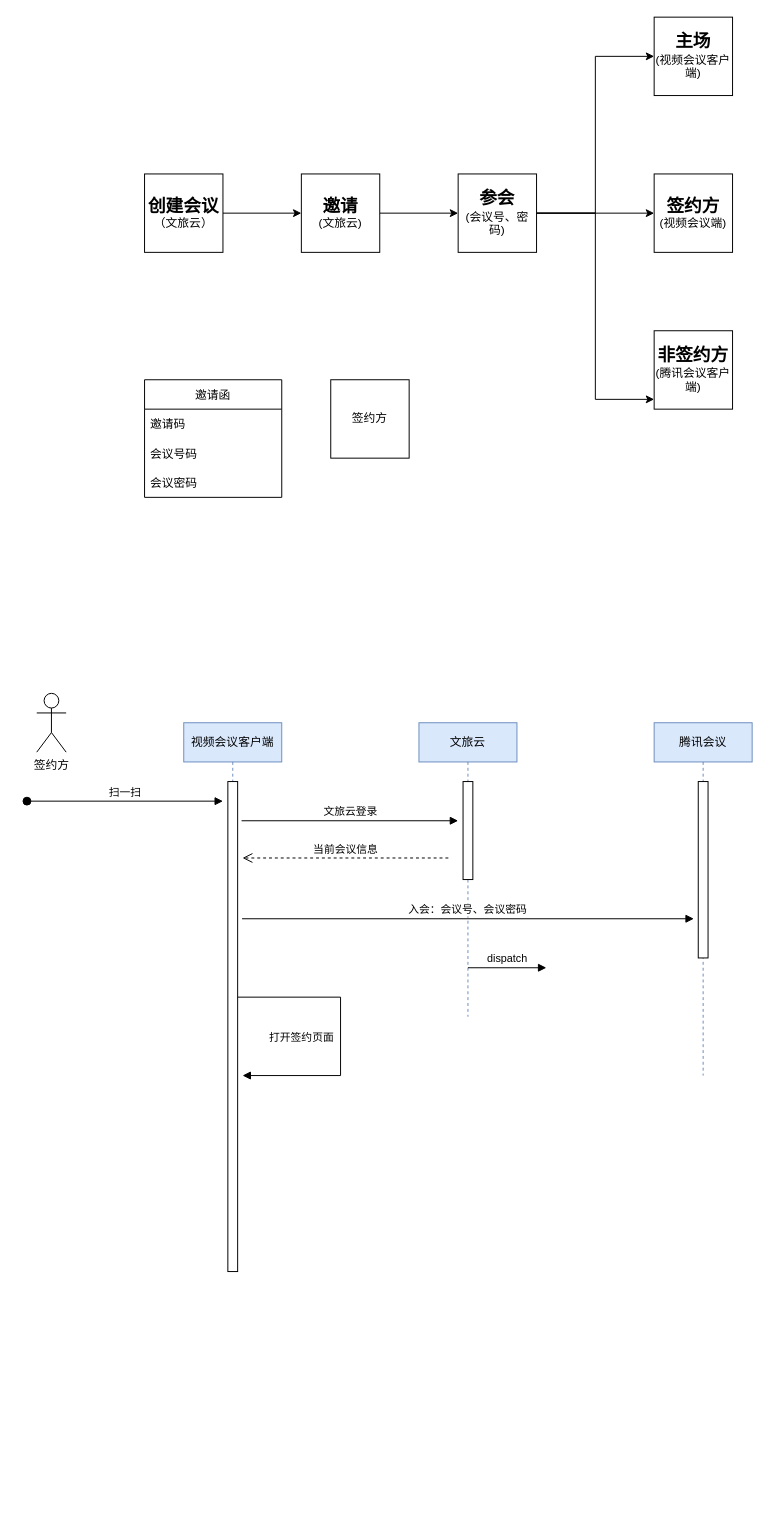
This is meeting.drawio from z-cloud-z/draw, a draw.io file, before an edit. Source tidied: cells renumbered, new cells numbered last; positions are measured from the earlier drawing's top-left corner, leaving out a move shared by most shapes. Both pictures are drawn from the tidied source at 98%, with x=0, y=0 at pixel (26, 17).
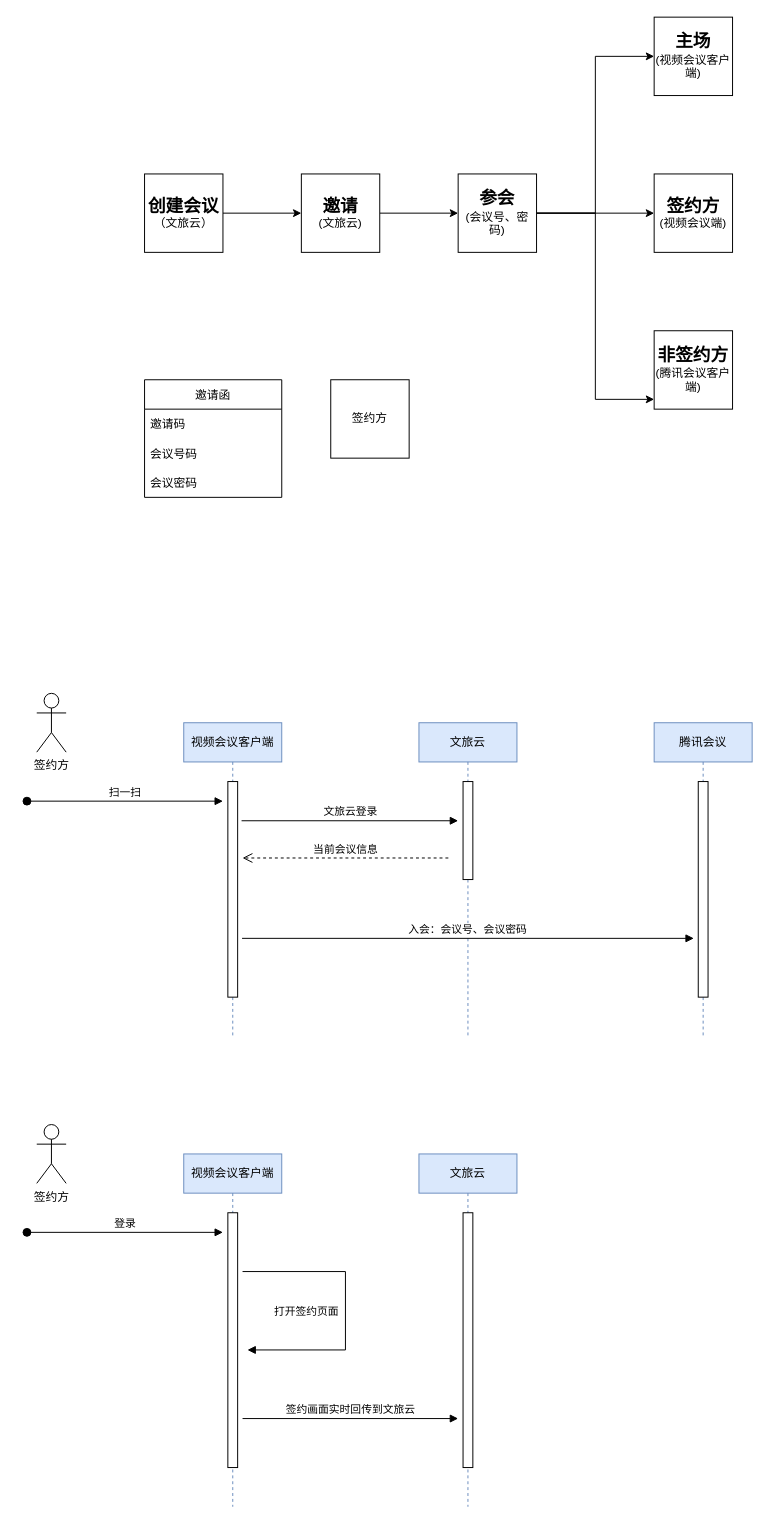
The same diagram, later.

Diff of the diagram source:
```diff
@@
     <mxCell id="19" value="视频会议客户端" style="shape=umlLifeline;perimeter=lifelinePerimeter;whiteSpace=wrap;html=1;fillColor=#dae8fc;strokeColor=#6c8ebf;" parent="1" vertex="1">
-      <mxGeometry x="160" y="720" width="100" height="560" as="geometry" />
+      <mxGeometry x="160" y="720" width="100" height="320" as="geometry" />
     </mxCell>
     <mxCell id="20" style="html=1;perimeter=orthogonalPerimeter;" parent="19" vertex="1">
-      <mxGeometry x="45" y="60" width="10" height="500" as="geometry" />
+      <mxGeometry x="45" y="60" width="10" height="220" as="geometry" />
     </mxCell>
     <mxCell id="21" value="文旅云" style="shape=umlLifeline;perimeter=lifelinePerimeter;whiteSpace=wrap;html=1;fillColor=#dae8fc;strokeColor=#6c8ebf;" parent="1" vertex="1">
-      <mxGeometry x="400" y="720" width="100" height="300" as="geometry" />
+      <mxGeometry x="400" y="720" width="100" height="320" as="geometry" />
     </mxCell>
@@
     <mxCell id="23" value="腾讯会议" style="shape=umlLifeline;perimeter=lifelinePerimeter;whiteSpace=wrap;html=1;fillColor=#dae8fc;strokeColor=#6c8ebf;" parent="1" vertex="1">
-      <mxGeometry x="640" y="720" width="100" height="360" as="geometry" />
+      <mxGeometry x="640" y="720" width="100" height="320" as="geometry" />
     </mxCell>
     <mxCell id="24" style="html=1;perimeter=orthogonalPerimeter;" parent="23" vertex="1">
-      <mxGeometry x="45" y="60" width="10" height="180" as="geometry" />
+      <mxGeometry x="45" y="60" width="10" height="220" as="geometry" />
     </mxCell>
@@
     <mxCell id="27" value="入会：会议号、会议密码&amp;nbsp;" style="html=1;verticalAlign=bottom;endArrow=block;rounded=0;" parent="1" edge="1">
       <mxGeometry relative="1" as="geometry">
-        <mxPoint x="219.5" y="920" as="sourcePoint" />
-        <mxPoint x="680.5" y="920" as="targetPoint" />
+        <mxPoint x="219.5" y="940" as="sourcePoint" />
+        <mxPoint x="680.5" y="940" as="targetPoint" />
       </mxGeometry>
     </mxCell>
@@
-    <mxCell id="29" value="dispatch" style="html=1;verticalAlign=bottom;endArrow=block;rounded=0;" parent="1" edge="1">
-      <mxGeometry relative="1" as="geometry">
-        <mxPoint x="450" y="970" as="sourcePoint" />
-        <mxPoint x="530" y="970" as="targetPoint" />
-      </mxGeometry>
-    </mxCell>
+    <mxCell id="31" value="签约方" style="shape=umlActor;verticalLabelPosition=bottom;verticalAlign=top;html=1;" parent="1" vertex="1">
+      <mxGeometry x="10" y="1130" width="30" height="60" as="geometry" />
+    </mxCell>
+    <mxCell id="32" value="视频会议客户端" style="shape=umlLifeline;perimeter=lifelinePerimeter;whiteSpace=wrap;html=1;fillColor=#dae8fc;strokeColor=#6c8ebf;" parent="1" vertex="1">
+      <mxGeometry x="160" y="1160" width="100" height="360" as="geometry" />
+    </mxCell>
+    <mxCell id="33" style="html=1;perimeter=orthogonalPerimeter;" parent="32" vertex="1">
+      <mxGeometry x="45" y="60" width="10" height="260" as="geometry" />
+    </mxCell>
+    <mxCell id="34" value="文旅云" style="shape=umlLifeline;perimeter=lifelinePerimeter;whiteSpace=wrap;html=1;fillColor=#dae8fc;strokeColor=#6c8ebf;" parent="1" vertex="1">
+      <mxGeometry x="400" y="1160" width="100" height="360" as="geometry" />
+    </mxCell>
+    <mxCell id="35" style="html=1;perimeter=orthogonalPerimeter;" parent="34" vertex="1">
+      <mxGeometry x="45" y="60" width="10" height="260" as="geometry" />
+    </mxCell>
+    <mxCell id="36" value="登录" style="html=1;verticalAlign=bottom;startArrow=oval;startFill=1;endArrow=block;startSize=8;rounded=0;" parent="1" edge="1">
+      <mxGeometry relative="1" as="geometry">
+        <mxPoint y="1240" as="sourcePoint" />
+        <mxPoint x="200" y="1240" as="targetPoint" />
+      </mxGeometry>
+    </mxCell>
     <mxCell id="30" value="打开签约页面" style="html=1;verticalAlign=bottom;endArrow=block;rounded=0;" parent="1" edge="1">
       <mxGeometry x="0.58" y="-30" relative="1" as="geometry">
-        <mxPoint x="215" y="1000" as="sourcePoint" />
-        <mxPoint x="220" y="1080" as="targetPoint" />
+        <mxPoint x="220" y="1280" as="sourcePoint" />
+        <mxPoint x="225" y="1360" as="targetPoint" />
         <Array as="points">
-          <mxPoint x="320" y="1000" />
-          <mxPoint x="320" y="1080" />
+          <mxPoint x="325" y="1280" />
+          <mxPoint x="325" y="1360" />
         </Array>
       </mxGeometry>
     </mxCell>
+    <mxCell id="37" value="签约画面实时回传到文旅云" style="html=1;verticalAlign=bottom;endArrow=block;rounded=0;" parent="1" edge="1">
+      <mxGeometry relative="1" as="geometry">
+        <mxPoint x="220" y="1430" as="sourcePoint" />
+        <mxPoint x="440" y="1430" as="targetPoint" />
+      </mxGeometry>
+    </mxCell>
```
